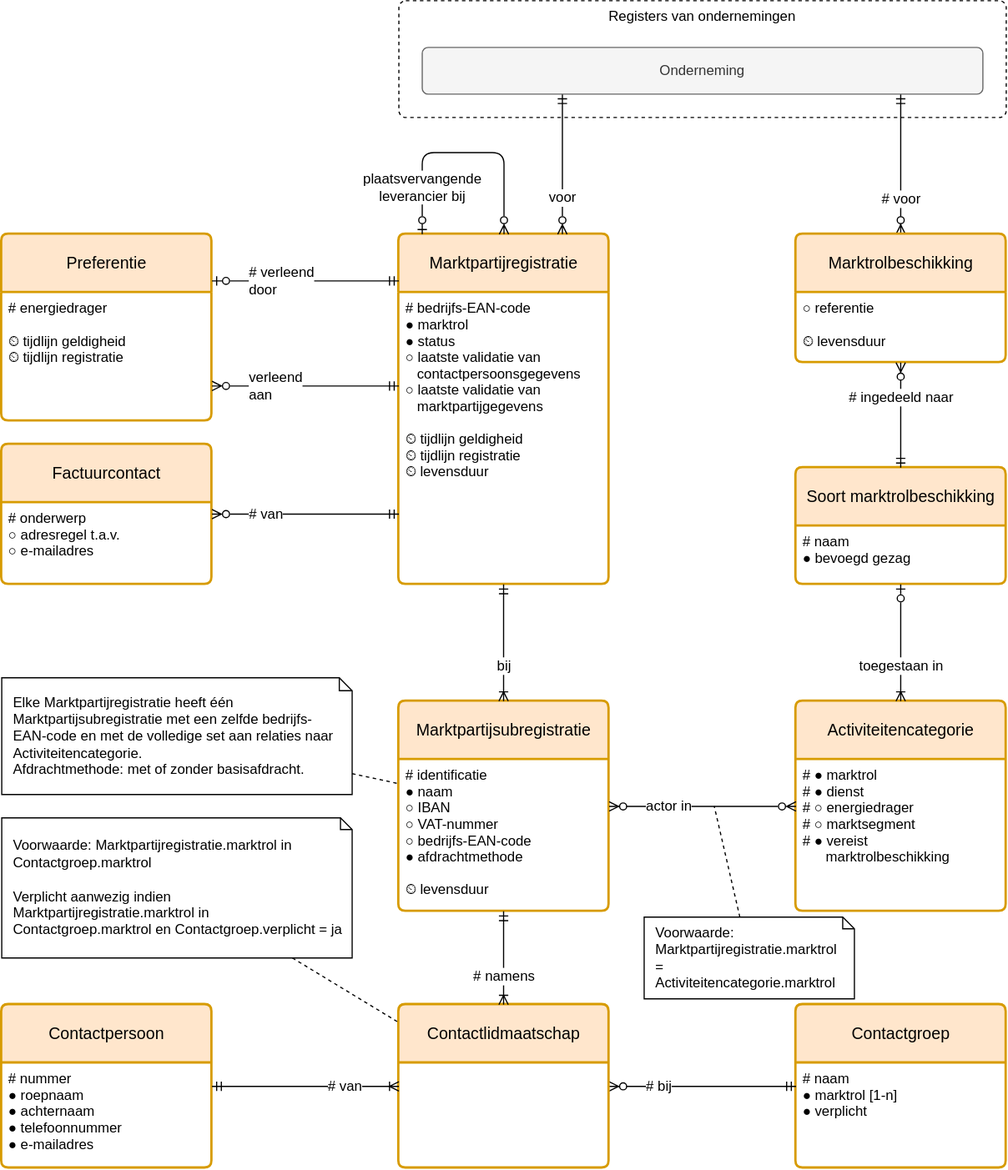
This is registers/marktpartijenregister/1.6/marktpartijenregister.drawio.svg from Netbeheer-Nederland/stelsel, a draw.io export, as it was before one commit. Source tidied: cells renumbered, new cells last; positions are measured from the earlier drawing's top-left corner, leaving out a move shared by most shapes.
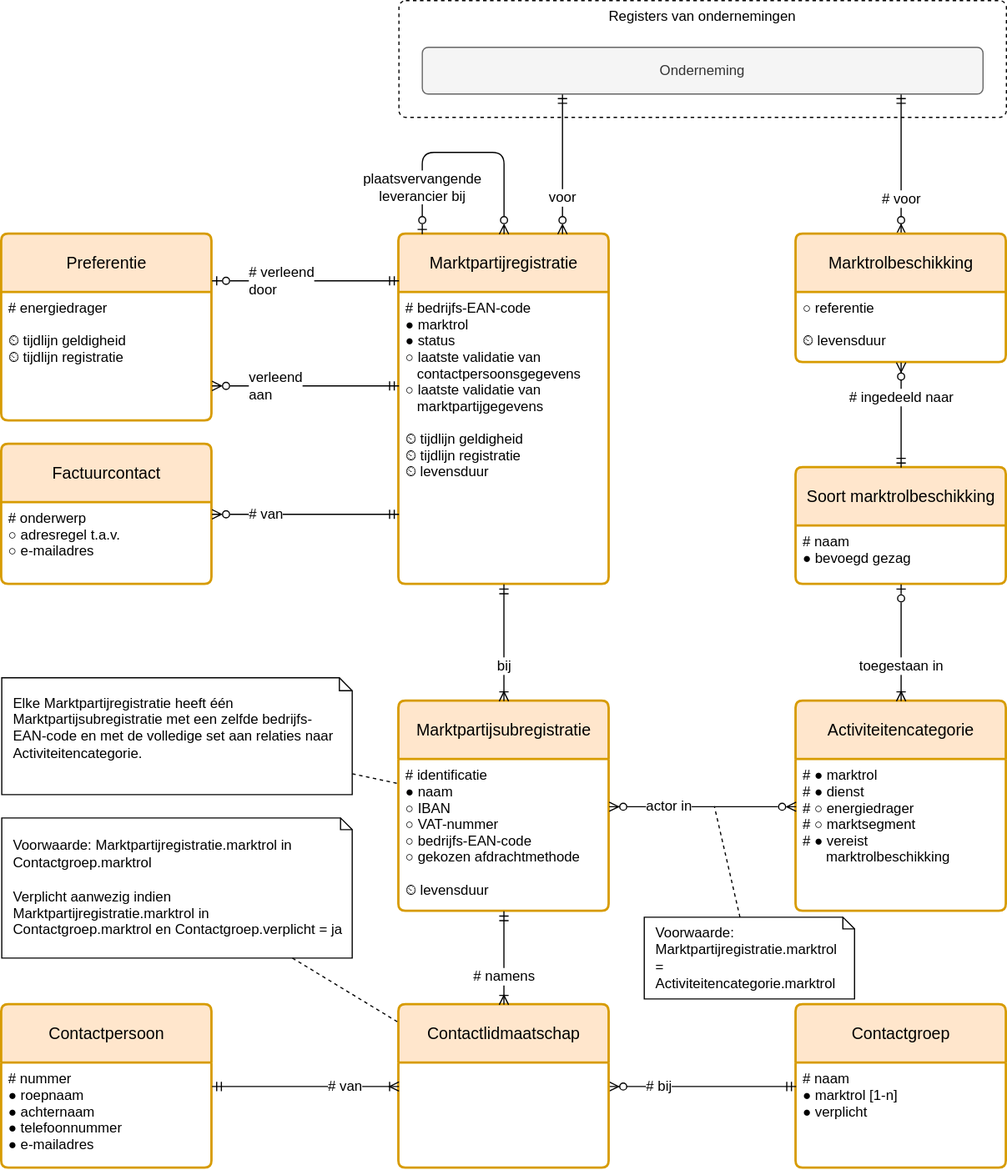
After the change.

Diff of the diagram source:
```diff
@@ -65,13 +65,13 @@
     <mxCell id="20" value="Marktpartijsubregistratie" style="swimlane;horizontal=1;startSize=50;rounded=1;fontSize=14;fontStyle=0;strokeWidth=2;shadow=0;dashed=0;align=center;fillColor=#ffe6cc;strokeColor=#d79b00;arcSize=4;whiteSpace=wrap;html=1;spacing=10;" parent="1" vertex="1">
       <mxGeometry x="340" y="600" width="180" height="180" as="geometry" />
     </mxCell>
-    <mxCell id="21" value="# identificatie&#10;● naam&#10;○ IBAN&#10;○ VAT-nummer&#10;○ bedrijfs-EAN-code&#10;● afdrachtmethode&#10;&#10;⏲ levensduur" style="align=left;strokeColor=none;fillColor=none;spacingLeft=4;fontSize=12;verticalAlign=top;" parent="20" vertex="1">
+    <mxCell id="21" value="# identificatie&#10;● naam&#10;○ IBAN&#10;○ VAT-nummer&#10;○ bedrijfs-EAN-code&#10;○ gekozen afdrachtmethode&#10;&#10;⏲ levensduur" style="align=left;strokeColor=none;fillColor=none;spacingLeft=4;fontSize=12;verticalAlign=top;" parent="20" vertex="1">
       <mxGeometry y="50" width="180" height="130" as="geometry" />
     </mxCell>
     <mxCell id="22" value="bij" style="fontSize=12;html=1;endArrow=ERmandOne;rounded=0;startArrow=ERoneToMany;startFill=0;endFill=0;align=center;edgeStyle=elbowEdgeStyle;" parent="1" edge="1" source="20" target="14">
       <mxGeometry x="-0.4" relative="1" as="geometry" />
     </mxCell>
-    <mxCell id="23" value="Elke Marktpartijregistratie heeft één Marktpartijsubregistratie met een zelfde bedrijfs-EAN-code en met de&amp;nbsp;&lt;span&gt;volledige set aan relaties naar Activiteitencategorie.&lt;/span&gt;&lt;span&gt;&lt;br&gt;&lt;/span&gt;&lt;div&gt;&lt;span&gt;Afdrachtmethode: met of zonder basisafdracht.&lt;/span&gt;&lt;/div&gt;" style="shape=note;size=11;whiteSpace=wrap;html=1;align=left;verticalAlign=middle;spacing=10;" parent="1" vertex="1">
+    <mxCell id="23" value="Elke Marktpartijregistratie heeft één Marktpartijsubregistratie met een zelfde bedrijfs-EAN-code en met de&amp;nbsp;&lt;span&gt;volledige set aan relaties naar Activiteitencategorie.&lt;/span&gt;&lt;span&gt;&lt;br&gt;&lt;/span&gt;&lt;div&gt;&lt;br&gt;&lt;/div&gt;" style="shape=note;size=11;whiteSpace=wrap;html=1;align=left;verticalAlign=middle;spacing=10;" parent="1" vertex="1">
       <mxGeometry y="580" width="300" height="100" as="geometry" />
     </mxCell>
     <mxCell id="24" style="endArrow=none;dashed=1;html=1;rounded=0;" parent="1" edge="1" source="23" target="20">
```
